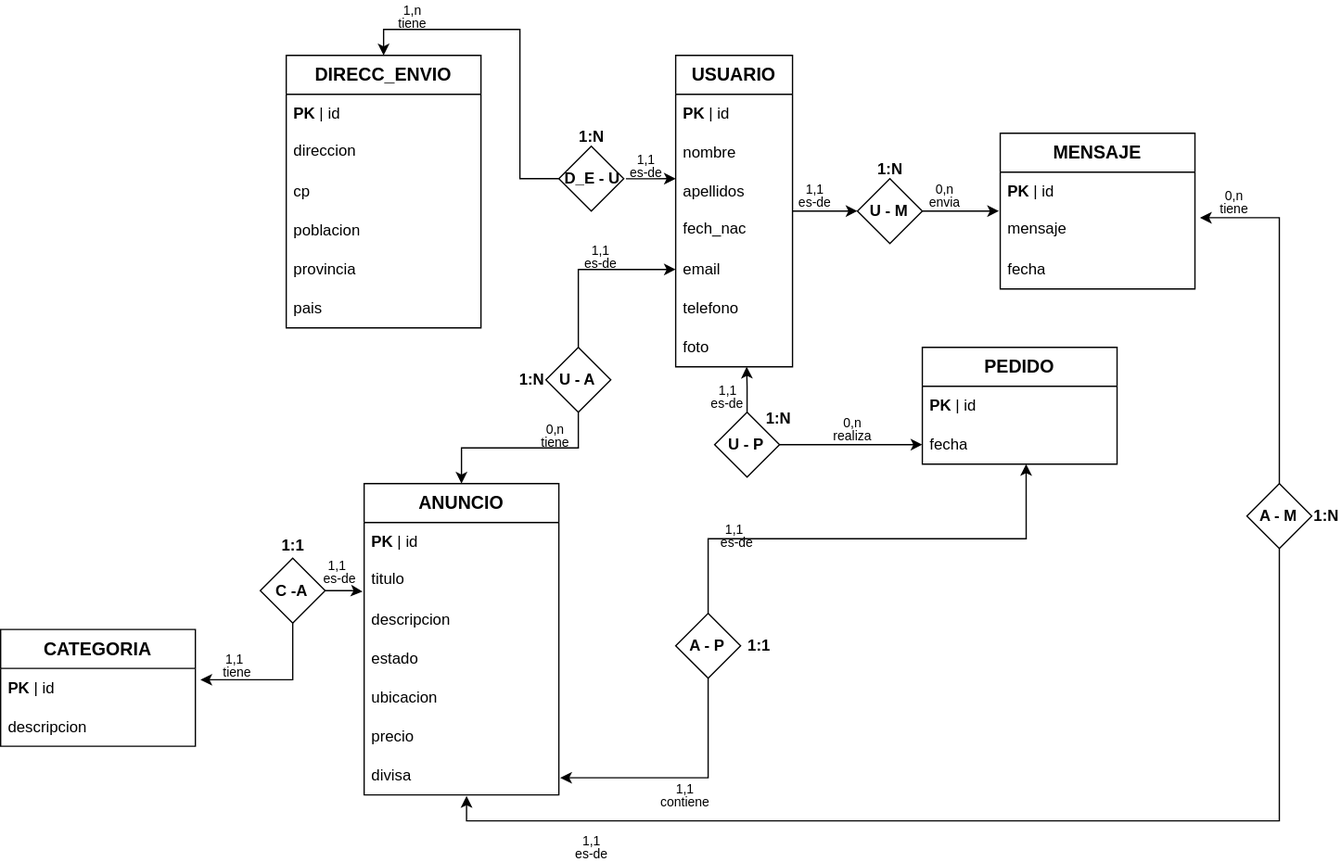
The draw.io diagram bd/diagrama_e-r.svg in ManuelGonzalez709/Final_Proyect, before a commit. Source tidied: cells renumbered, new cells last; positions are measured from the earlier drawing's top-left corner, leaving out a move shared by most shapes.
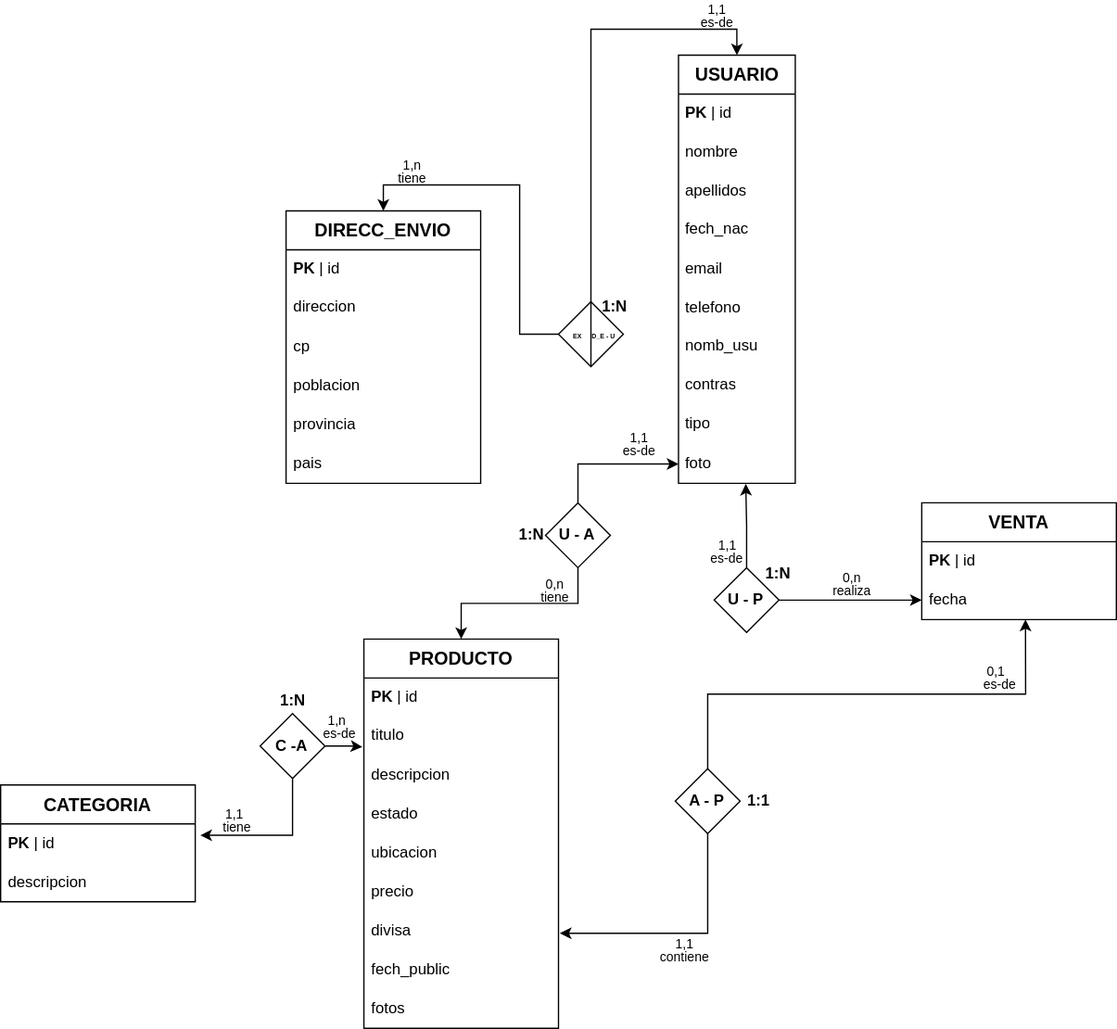
After the change.

Diff of the diagram source:
```diff
@@ -4,7 +4,4 @@
     <mxCell id="1" parent="0" />
-    <mxCell id="2" style="edgeStyle=orthogonalEdgeStyle;rounded=0;jettySize=auto;html=1;entryX=0;entryY=0.5;entryDx=0;entryDy=0;" parent="1" edge="1" source="3" target="33">
-      <mxGeometry relative="1" as="geometry" />
-    </mxCell>
     <mxCell id="3" value="&lt;font style=&quot;font-size: 14px;&quot;&gt;&lt;b&gt;USUARIO&lt;/b&gt;&lt;/font&gt;" style="swimlane;fontStyle=0;horizontal=1;startSize=30;whiteSpace=wrap;html=1;glass=0;rounded=0;shadow=0;" parent="1" vertex="1">
-      <mxGeometry x="520" y="40" width="90" height="240" as="geometry" />
+      <mxGeometry x="522.5" y="-80" width="90" height="330" as="geometry" />
     </mxCell>
@@ -28,18 +25,15 @@
     </mxCell>
+    <mxCell id="98" value="nomb_usu" style="text;strokeColor=none;fillColor=none;spacingLeft=4;spacingRight=4;overflow=hidden;fontSize=12;whiteSpace=wrap;html=1;" parent="3" vertex="1">
+      <mxGeometry y="210" width="90" height="30" as="geometry" />
+    </mxCell>
+    <mxCell id="99" value="contras" style="text;strokeColor=none;fillColor=none;spacingLeft=4;spacingRight=4;overflow=hidden;fontSize=12;whiteSpace=wrap;html=1;" parent="3" vertex="1">
+      <mxGeometry y="240" width="90" height="30" as="geometry" />
+    </mxCell>
+    <mxCell id="100" value="tipo" style="text;strokeColor=none;fillColor=none;spacingLeft=4;spacingRight=4;overflow=hidden;fontSize=12;whiteSpace=wrap;html=1;" parent="3" vertex="1">
+      <mxGeometry y="270" width="90" height="30" as="geometry" />
+    </mxCell>
     <mxCell id="10" value="foto" style="text;strokeColor=none;fillColor=none;align=left;verticalAlign=middle;spacingLeft=4;spacingRight=4;overflow=hidden;points=[[0,0.5],[1,0.5]];portConstraint=eastwest;whiteSpace=wrap;html=1;" parent="3" vertex="1">
-      <mxGeometry y="210" width="90" height="30" as="geometry" />
+      <mxGeometry y="300" width="90" height="30" as="geometry" />
     </mxCell>
-    <mxCell id="11" value="&lt;font style=&quot;font-size: 14px;&quot;&gt;&lt;b&gt;MENSAJE&lt;/b&gt;&lt;/font&gt;" style="swimlane;fontStyle=0;horizontal=1;startSize=30;whiteSpace=wrap;html=1;glass=0;rounded=0;shadow=0;" parent="1" vertex="1">
-      <mxGeometry x="770" y="100" width="150" height="120" as="geometry" />
-    </mxCell>
-    <mxCell id="12" value="&lt;b&gt;PK &lt;/b&gt;| id" style="text;strokeColor=none;fillColor=none;align=left;verticalAlign=middle;spacingLeft=4;spacingRight=4;overflow=hidden;whiteSpace=wrap;html=1;" parent="11" vertex="1">
-      <mxGeometry y="30" width="150" height="30" as="geometry" />
-    </mxCell>
-    <mxCell id="13" value="mensaje" style="text;strokeColor=none;fillColor=none;spacingLeft=4;spacingRight=4;overflow=hidden;points=[[0,0.5],[1,0.5]];portConstraint=eastwest;fontSize=12;whiteSpace=wrap;html=1;" parent="11" vertex="1">
-      <mxGeometry y="60" width="150" height="30" as="geometry" />
-    </mxCell>
-    <mxCell id="14" value="fecha" style="text;strokeColor=none;fillColor=none;align=left;verticalAlign=middle;spacingLeft=4;spacingRight=4;overflow=hidden;whiteSpace=wrap;html=1;" parent="11" vertex="1">
-      <mxGeometry y="90" width="150" height="30" as="geometry" />
-    </mxCell>
-    <mxCell id="15" value="&lt;font style=&quot;font-size: 14px;&quot;&gt;&lt;b&gt;PEDIDO&lt;/b&gt;&lt;/font&gt;" style="swimlane;fontStyle=0;horizontal=1;startSize=30;whiteSpace=wrap;html=1;glass=0;rounded=0;shadow=0;" parent="1" vertex="1">
+    <mxCell id="15" value="&lt;font style=&quot;font-size: 14px;&quot;&gt;&lt;b&gt;VENTA&lt;/b&gt;&lt;/font&gt;" style="swimlane;fontStyle=0;horizontal=1;startSize=30;whiteSpace=wrap;html=1;glass=0;rounded=0;shadow=0;" parent="1" vertex="1">
       <mxGeometry x="710" y="265" width="150" height="90" as="geometry" />
@@ -52,4 +46,4 @@
     </mxCell>
-    <mxCell id="18" value="&lt;font style=&quot;font-size: 14px;&quot;&gt;&lt;b&gt;ANUNCIO&lt;/b&gt;&lt;/font&gt;" style="swimlane;fontStyle=0;horizontal=1;startSize=30;whiteSpace=wrap;html=1;glass=0;rounded=0;shadow=0;" parent="1" vertex="1">
-      <mxGeometry x="280" y="370" width="150" height="240" as="geometry" />
+    <mxCell id="18" value="&lt;font style=&quot;font-size: 14px;&quot;&gt;&lt;b&gt;PRODUCTO&lt;/b&gt;&lt;/font&gt;" style="swimlane;fontStyle=0;horizontal=1;startSize=30;whiteSpace=wrap;html=1;glass=0;rounded=0;shadow=0;" parent="1" vertex="1">
+      <mxGeometry x="280" y="370" width="150" height="300" as="geometry" />
     </mxCell>
@@ -76,2 +70,8 @@
     </mxCell>
+    <mxCell id="101" value="fech_public" style="text;strokeColor=none;fillColor=none;align=left;verticalAlign=middle;spacingLeft=4;spacingRight=4;overflow=hidden;whiteSpace=wrap;html=1;" parent="18" vertex="1">
+      <mxGeometry y="240" width="150" height="30" as="geometry" />
+    </mxCell>
+    <mxCell id="102" value="fotos" style="text;strokeColor=none;fillColor=none;align=left;verticalAlign=middle;spacingLeft=4;spacingRight=4;overflow=hidden;whiteSpace=wrap;html=1;" parent="18" vertex="1">
+      <mxGeometry y="270" width="150" height="30" as="geometry" />
+    </mxCell>
     <mxCell id="26" value="&lt;font style=&quot;font-size: 14px;&quot;&gt;&lt;b&gt;DIRECC_ENVIO&lt;/b&gt;&lt;/font&gt;" style="swimlane;fontStyle=0;horizontal=1;startSize=30;whiteSpace=wrap;html=1;glass=0;rounded=0;shadow=0;" parent="1" vertex="1">
@@ -97,14 +97,2 @@
     </mxCell>
-    <mxCell id="33" style="rhombus;whiteSpace=wrap;html=1;" parent="1" vertex="1">
-      <mxGeometry x="660" y="135" width="50" height="50" as="geometry" />
-    </mxCell>
-    <mxCell id="34" style="edgeStyle=orthogonalEdgeStyle;rounded=0;orthogonalLoop=1;jettySize=auto;html=1;" parent="1" edge="1">
-      <mxGeometry relative="1" as="geometry">
-        <mxPoint x="710" y="160" as="sourcePoint" />
-        <mxPoint x="769" y="160" as="targetPoint" />
-      </mxGeometry>
-    </mxCell>
-    <mxCell id="35" value="&lt;b&gt;U - M&lt;/b&gt;" style="text;html=1;align=center;verticalAlign=middle;whiteSpace=wrap;rounded=0;" parent="1" vertex="1">
-      <mxGeometry x="668.3" y="147.5" width="33.3" height="25" as="geometry" />
-    </mxCell>
     <mxCell id="36" style="edgeStyle=orthogonalEdgeStyle;rounded=0;jettySize=auto;html=1;entryX=0.5;entryY=0;entryDx=0;entryDy=0;" parent="1" edge="1" source="37" target="26">
@@ -115,6 +103,6 @@
     </mxCell>
-    <mxCell id="38" value="&lt;b&gt;D_E - U&lt;/b&gt;" style="text;html=1;align=center;verticalAlign=middle;whiteSpace=wrap;rounded=0;" parent="1" vertex="1">
-      <mxGeometry x="430" y="121.2" width="51.7" height="27.5" as="geometry" />
+    <mxCell id="38" value="&lt;b&gt;&lt;font style=&quot;font-size: 5px;&quot;&gt;D_E - U&lt;/font&gt;&lt;/b&gt;" style="text;html=1;align=center;verticalAlign=middle;whiteSpace=wrap;rounded=0;" parent="1" vertex="1">
+      <mxGeometry x="450" y="130.6" width="30" height="8.8" as="geometry" />
     </mxCell>
-    <mxCell id="39" style="edgeStyle=orthogonalEdgeStyle;rounded=0;jettySize=auto;html=1;entryX=0;entryY=0.167;entryDx=0;entryDy=0;entryPerimeter=0;" parent="1" edge="1" source="38" target="6">
+    <mxCell id="39" style="edgeStyle=orthogonalEdgeStyle;rounded=0;jettySize=auto;html=1;entryX=0.5;entryY=0;entryDx=0;entryDy=0;exitX=0.5;exitY=0;exitDx=0;exitDy=0;" parent="1" edge="1" source="37" target="3">
       <mxGeometry relative="1" as="geometry" />
@@ -126,3 +114,3 @@
     </mxCell>
-    <mxCell id="41" style="edgeStyle=orthogonalEdgeStyle;rounded=0;jettySize=auto;html=1;entryX=0.607;entryY=0.998;entryDx=0;entryDy=0;entryPerimeter=0;" parent="1" edge="1" source="42" target="10">
+    <mxCell id="41" style="edgeStyle=orthogonalEdgeStyle;rounded=0;jettySize=auto;html=1;entryX=0.576;entryY=1.011;entryDx=0;entryDy=0;entryPerimeter=0;" parent="1" edge="1" source="42" target="10">
       <mxGeometry relative="1" as="geometry" />
@@ -150,3 +138,3 @@
     </mxCell>
-    <mxCell id="49" style="edgeStyle=orthogonalEdgeStyle;rounded=0;jettySize=auto;html=1;entryX=0;entryY=0.5;entryDx=0;entryDy=0;" parent="1" edge="1" source="50" target="8">
+    <mxCell id="49" style="edgeStyle=orthogonalEdgeStyle;rounded=0;jettySize=auto;html=1;" parent="1" edge="1" source="50" target="10">
       <mxGeometry relative="1" as="geometry" />
@@ -159,17 +147,2 @@
     </mxCell>
-    <mxCell id="52" value="&lt;b&gt;1:N&lt;/b&gt;" style="text;html=1;align=center;verticalAlign=middle;whiteSpace=wrap;rounded=0;" parent="1" vertex="1">
-      <mxGeometry x="673.8" y="120" width="22.5" height="15" as="geometry" />
-    </mxCell>
-    <mxCell id="53" value="&lt;font style=&quot;font-size: 10px;&quot;&gt;envia&lt;/font&gt;" style="text;html=1;align=center;verticalAlign=middle;whiteSpace=wrap;rounded=0;" parent="1" vertex="1">
-      <mxGeometry x="710" y="147.5" width="35" height="10" as="geometry" />
-    </mxCell>
-    <mxCell id="54" value="&lt;font style=&quot;font-size: 10px;&quot;&gt;es-de&lt;/font&gt;" style="text;html=1;align=center;verticalAlign=middle;whiteSpace=wrap;rounded=0;" parent="1" vertex="1">
-      <mxGeometry x="610" y="147.5" width="35" height="10" as="geometry" />
-    </mxCell>
-    <mxCell id="55" value="&lt;span style=&quot;font-size: 10px;&quot;&gt;0,n&lt;/span&gt;" style="text;html=1;align=center;verticalAlign=middle;whiteSpace=wrap;rounded=0;" parent="1" vertex="1">
-      <mxGeometry x="710" y="137.5" width="35" height="10" as="geometry" />
-    </mxCell>
-    <mxCell id="56" value="&lt;font style=&quot;font-size: 10px;&quot;&gt;1,1&lt;/font&gt;" style="text;html=1;align=center;verticalAlign=middle;whiteSpace=wrap;rounded=0;" parent="1" vertex="1">
-      <mxGeometry x="610" y="137.5" width="35" height="10" as="geometry" />
-    </mxCell>
     <mxCell id="57" value="&lt;b&gt;1:N&lt;/b&gt;" style="text;html=1;align=center;verticalAlign=middle;whiteSpace=wrap;rounded=0;" parent="1" vertex="1">
@@ -193,3 +166,3 @@
     <mxCell id="63" value="&lt;font style=&quot;font-size: 10px;&quot;&gt;es-de&lt;/font&gt;" style="text;html=1;align=center;verticalAlign=middle;whiteSpace=wrap;rounded=0;" parent="1" vertex="1">
-      <mxGeometry x="550" y="410" width="35" height="10" as="geometry" />
+      <mxGeometry x="752.5" y="400" width="35" height="10" as="geometry" />
     </mxCell>
@@ -198,4 +171,4 @@
     </mxCell>
-    <mxCell id="65" value="&lt;span style=&quot;font-size: 10px;&quot;&gt;1,1&lt;/span&gt;" style="text;html=1;align=center;verticalAlign=middle;whiteSpace=wrap;rounded=0;" parent="1" vertex="1">
-      <mxGeometry x="547.5" y="400" width="35" height="10" as="geometry" />
+    <mxCell id="65" value="&lt;span style=&quot;font-size: 10px;&quot;&gt;0,1&lt;/span&gt;" style="text;html=1;align=center;verticalAlign=middle;whiteSpace=wrap;rounded=0;" parent="1" vertex="1">
+      <mxGeometry x="750" y="390" width="35" height="10" as="geometry" />
     </mxCell>
@@ -208,3 +181,3 @@
     <mxCell id="68" value="&lt;font style=&quot;font-size: 10px;&quot;&gt;es-de&lt;/font&gt;" style="text;html=1;align=center;verticalAlign=middle;whiteSpace=wrap;rounded=0;" parent="1" vertex="1">
-      <mxGeometry x="445" y="195" width="35" height="10" as="geometry" />
+      <mxGeometry x="475" y="220" width="35" height="10" as="geometry" />
     </mxCell>
@@ -214,3 +187,3 @@
     <mxCell id="70" value="&lt;span style=&quot;font-size: 10px;&quot;&gt;1,1&lt;/span&gt;" style="text;html=1;align=center;verticalAlign=middle;whiteSpace=wrap;rounded=0;" parent="1" vertex="1">
-      <mxGeometry x="445" y="185" width="35" height="10" as="geometry" />
+      <mxGeometry x="475" y="210" width="35" height="10" as="geometry" />
     </mxCell>
@@ -220,6 +193,6 @@
     <mxCell id="72" value="&lt;b&gt;1:N&lt;/b&gt;" style="text;html=1;align=center;verticalAlign=middle;whiteSpace=wrap;rounded=0;" parent="1" vertex="1">
-      <mxGeometry x="443.8" y="95" width="22.5" height="15" as="geometry" />
+      <mxGeometry x="461.7" y="106.2" width="22.5" height="15" as="geometry" />
     </mxCell>
     <mxCell id="73" value="&lt;font style=&quot;font-size: 10px;&quot;&gt;es-de&lt;/font&gt;" style="text;html=1;align=center;verticalAlign=middle;whiteSpace=wrap;rounded=0;" parent="1" vertex="1">
-      <mxGeometry x="480" y="125" width="35" height="10" as="geometry" />
+      <mxGeometry x="535" y="-110" width="35" height="10" as="geometry" />
     </mxCell>
@@ -229,3 +202,3 @@
     <mxCell id="75" value="&lt;span style=&quot;font-size: 10px;&quot;&gt;1,1&lt;/span&gt;" style="text;html=1;align=center;verticalAlign=middle;whiteSpace=wrap;rounded=0;" parent="1" vertex="1">
-      <mxGeometry x="480" y="115" width="35" height="10" as="geometry" />
+      <mxGeometry x="535" y="-120" width="35" height="10" as="geometry" />
     </mxCell>
@@ -234,29 +207,2 @@
     </mxCell>
-    <mxCell id="77" style="rhombus;whiteSpace=wrap;html=1;" parent="1" vertex="1">
-      <mxGeometry x="960" y="370" width="50" height="50" as="geometry" />
-    </mxCell>
-    <mxCell id="78" value="&lt;b&gt;A - M&lt;/b&gt;" style="text;html=1;align=center;verticalAlign=middle;whiteSpace=wrap;rounded=0;" parent="1" vertex="1">
-      <mxGeometry x="968.3" y="382.5" width="33.3" height="25" as="geometry" />
-    </mxCell>
-    <mxCell id="79" style="edgeStyle=orthogonalEdgeStyle;rounded=0;jettySize=auto;html=1;entryX=1.026;entryY=0.171;entryDx=0;entryDy=0;entryPerimeter=0;" parent="1" edge="1" source="77" target="13">
-      <mxGeometry relative="1" as="geometry" />
-    </mxCell>
-    <mxCell id="80" style="edgeStyle=orthogonalEdgeStyle;rounded=0;jettySize=auto;html=1;entryX=0.526;entryY=1.029;entryDx=0;entryDy=0;entryPerimeter=0;exitX=0.5;exitY=1;exitDx=0;exitDy=0;" parent="1" edge="1" source="77" target="25">
-      <mxGeometry relative="1" as="geometry" />
-    </mxCell>
-    <mxCell id="81" value="&lt;b&gt;1:N&lt;/b&gt;" style="text;html=1;align=center;verticalAlign=middle;whiteSpace=wrap;rounded=0;" parent="1" vertex="1">
-      <mxGeometry x="1010" y="387.5" width="22.5" height="15" as="geometry" />
-    </mxCell>
-    <mxCell id="82" value="&lt;font style=&quot;font-size: 10px;&quot;&gt;tiene&lt;/font&gt;" style="text;html=1;align=center;verticalAlign=middle;whiteSpace=wrap;rounded=0;" parent="1" vertex="1">
-      <mxGeometry x="933.3" y="152.5" width="35" height="10" as="geometry" />
-    </mxCell>
-    <mxCell id="83" value="&lt;span style=&quot;font-size: 10px;&quot;&gt;es-de&lt;/span&gt;" style="text;html=1;align=center;verticalAlign=middle;whiteSpace=wrap;rounded=0;" parent="1" vertex="1">
-      <mxGeometry x="438.3" y="650" width="35" height="10" as="geometry" />
-    </mxCell>
-    <mxCell id="84" value="&lt;span style=&quot;font-size: 10px;&quot;&gt;0,n&lt;/span&gt;" style="text;html=1;align=center;verticalAlign=middle;whiteSpace=wrap;rounded=0;" parent="1" vertex="1">
-      <mxGeometry x="933.3" y="142.5" width="35" height="10" as="geometry" />
-    </mxCell>
-    <mxCell id="85" value="&lt;font style=&quot;font-size: 10px;&quot;&gt;1,1&lt;/font&gt;" style="text;html=1;align=center;verticalAlign=middle;whiteSpace=wrap;rounded=0;" parent="1" vertex="1">
-      <mxGeometry x="438.3" y="640" width="35" height="10" as="geometry" />
-    </mxCell>
     <mxCell id="86" value="&lt;font style=&quot;font-size: 14px;&quot;&gt;&lt;b&gt;CATEGORIA&lt;/b&gt;&lt;/font&gt;" style="swimlane;fontStyle=0;horizontal=1;startSize=30;whiteSpace=wrap;html=1;glass=0;rounded=0;shadow=0;" parent="1" vertex="1">
@@ -285,3 +231,3 @@
     </mxCell>
-    <mxCell id="94" value="&lt;span style=&quot;font-size: 10px;&quot;&gt;1,1&lt;/span&gt;" style="text;html=1;align=center;verticalAlign=middle;whiteSpace=wrap;rounded=0;" parent="1" vertex="1">
+    <mxCell id="94" value="&lt;span style=&quot;font-size: 10px;&quot;&gt;1,n&lt;/span&gt;" style="text;html=1;align=center;verticalAlign=middle;whiteSpace=wrap;rounded=0;" parent="1" vertex="1">
       <mxGeometry x="241.7" y="427.5" width="35" height="10" as="geometry" />
@@ -294,5 +240,11 @@
     </mxCell>
-    <mxCell id="97" value="&lt;b&gt;1:1&lt;/b&gt;" style="text;html=1;align=center;verticalAlign=middle;whiteSpace=wrap;rounded=0;" parent="1" vertex="1">
+    <mxCell id="97" value="&lt;b&gt;1:N&lt;/b&gt;" style="text;html=1;align=center;verticalAlign=middle;whiteSpace=wrap;rounded=0;" parent="1" vertex="1">
       <mxGeometry x="213.8" y="410" width="22.5" height="15" as="geometry" />
     </mxCell>
+    <mxCell id="103" style="endArrow=none;html=1;rounded=0;entryX=0.5;entryY=0;entryDx=0;entryDy=0;exitX=0.5;exitY=1;exitDx=0;exitDy=0;" parent="1" edge="1" source="37" target="37">
+      <mxGeometry relative="1" as="geometry" />
+    </mxCell>
+    <mxCell id="104" value="&lt;b&gt;&lt;font style=&quot;font-size: 5px;&quot;&gt;EX&lt;/font&gt;&lt;/b&gt;" style="text;html=1;align=center;verticalAlign=middle;whiteSpace=wrap;rounded=0;" parent="1" vertex="1">
+      <mxGeometry x="440" y="130.6" width="10" height="8.8" as="geometry" />
+    </mxCell>
   </root>
```
